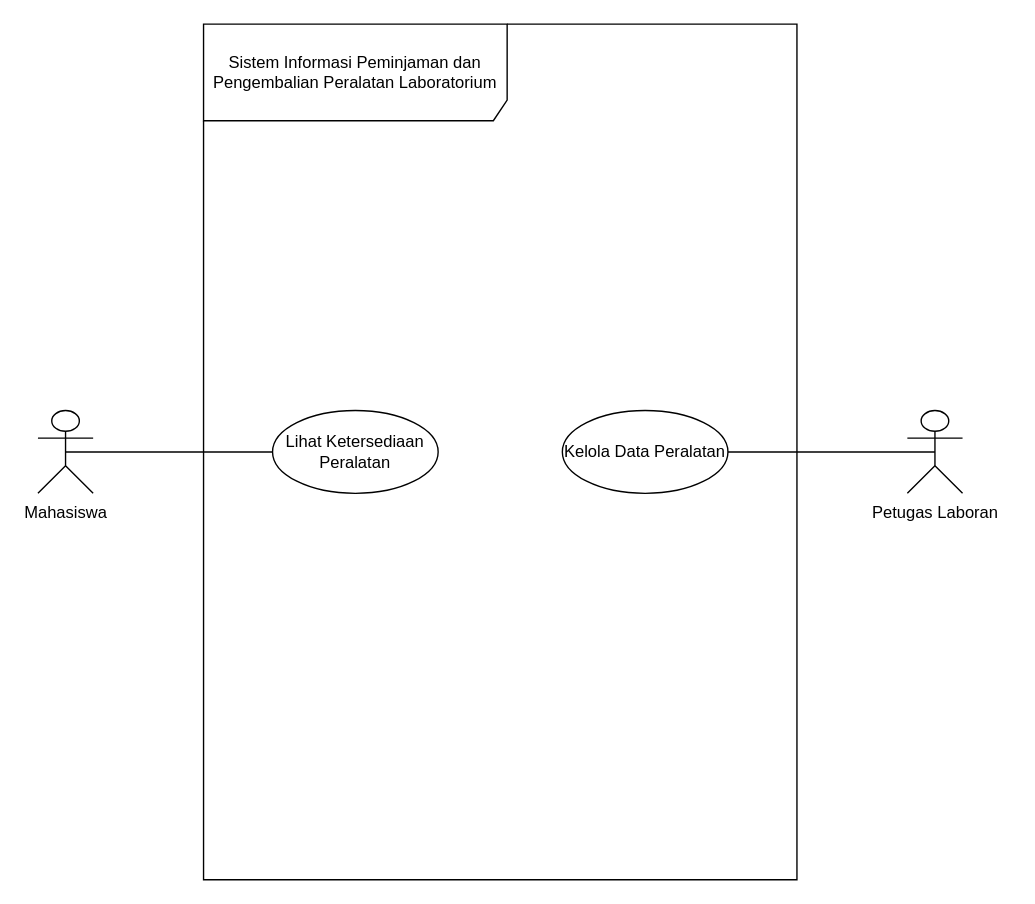
Above: 03_latihan_tools/P02/LAB/P02_2406020_LAB_notasi_usecase_v01.drawio in 2406020-droid/IFRWP5149_2406020_LabAlat (draw.io), before the change. Source tidied: cells renumbered, new cells numbered last; positions are measured from the earlier drawing's top-left corner, leaving out a move shared by most shapes. Both pictures are drawn from the tidied source at 138%, with x=0, y=0 at pixel (37, 23).
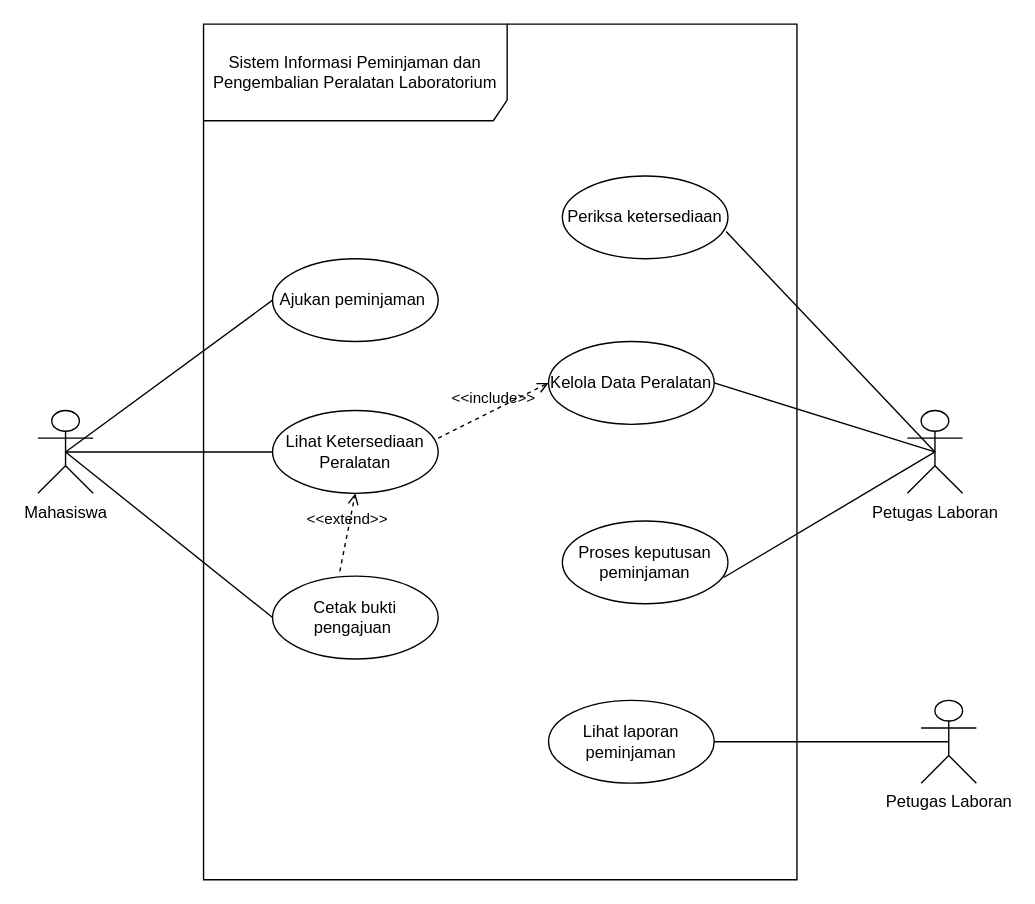
The same diagram, later.

Commit message (it also covers changes not shown here):
pertemuan 3 use case diagram

The change refers to these unchanged cells:
```xml
<mxCell id="2" value="Sistem Informasi Peminjaman dan Pengembalian Peralatan Laboratorium" style="shape=umlFrame;whiteSpace=wrap;html=1;width=220;height=70;" parent="1" vertex="1">
  <mxGeometry x="120" width="430" height="620" as="geometry" />
</mxCell>
<mxCell id="3" value="Lihat Ketersediaan Peralatan" style="ellipse;html=1;whiteSpace=wrap;" parent="2" vertex="1">
  <mxGeometry x="50" y="280" width="120" height="60" as="geometry" />
</mxCell>
<mxCell id="6" value="Mahasiswa" style="shape=umlActor;verticalLabelPosition=bottom;verticalAlign=top;html=1;" parent="1" vertex="1">
  <mxGeometry y="280" width="40" height="60" as="geometry" />
</mxCell>
<mxCell id="8" value="Petugas Laboran" style="shape=umlActor;verticalLabelPosition=bottom;verticalAlign=top;html=1;" parent="1" vertex="1">
  <mxGeometry x="630" y="280" width="40" height="60" as="geometry" />
</mxCell>
```

The edit, as a diff of the source:
```diff
@@
     <mxCell id="4" value="Kelola Data Peralatan" style="ellipse;html=1;whiteSpace=wrap;" parent="2" vertex="1">
-      <mxGeometry x="260" y="280" width="120" height="60" as="geometry" />
+      <mxGeometry x="250" y="230" width="120" height="60" as="geometry" />
     </mxCell>
+    <mxCell id="9" value="Ajukan peminjaman&amp;nbsp;" style="ellipse;html=1;whiteSpace=wrap;" parent="2" vertex="1">
+      <mxGeometry x="50" y="170" width="120" height="60" as="geometry" />
+    </mxCell>
+    <mxCell id="10" value="Periksa ketersediaan" style="ellipse;html=1;whiteSpace=wrap;" parent="2" vertex="1">
+      <mxGeometry x="260" y="110" width="120" height="60" as="geometry" />
+    </mxCell>
+    <mxCell id="11" value="Lihat laporan peminjaman" style="ellipse;html=1;whiteSpace=wrap;" parent="2" vertex="1">
+      <mxGeometry x="250" y="490" width="120" height="60" as="geometry" />
+    </mxCell>
+    <mxCell id="12" value="Proses keputusan peminjaman" style="ellipse;html=1;whiteSpace=wrap;" parent="2" vertex="1">
+      <mxGeometry x="260" y="360" width="120" height="60" as="geometry" />
+    </mxCell>
+    <mxCell id="13" value="Cetak bukti pengajuan&amp;nbsp;" style="ellipse;html=1;whiteSpace=wrap;" parent="2" vertex="1">
+      <mxGeometry x="50" y="400" width="120" height="60" as="geometry" />
+    </mxCell>
+    <mxCell id="14" value="&amp;lt;&amp;lt;include&amp;gt;&amp;gt;" style="html=1;verticalAlign=bottom;labelBackgroundColor=none;endArrow=open;endFill=0;dashed=1;rounded=0;exitX=1;exitY=0.333;exitDx=0;exitDy=0;exitPerimeter=0;entryX=0;entryY=0.5;entryDx=0;entryDy=0;" parent="2" edge="1" source="3" target="4">
+      <mxGeometry relative="1" as="geometry" />
+    </mxCell>
+    <mxCell id="15" value="&amp;lt;&amp;lt;extend&amp;gt;&amp;gt;" style="html=1;verticalAlign=bottom;labelBackgroundColor=none;endArrow=open;endFill=0;dashed=1;rounded=0;exitX=0.406;exitY=-0.057;exitDx=0;exitDy=0;exitPerimeter=0;entryX=0.5;entryY=1;entryDx=0;entryDy=0;" parent="2" edge="1" source="13" target="3">
+      <mxGeometry relative="1" as="geometry" />
+    </mxCell>
@@
+    <mxCell id="16" style="edgeStyle=none;rounded=0;jettySize=auto;html=1;exitX=0.5;exitY=0.5;exitDx=0;exitDy=0;exitPerimeter=0;entryX=0;entryY=0.5;entryDx=0;entryDy=0;endArrow=none;endFill=0;" parent="1" edge="1" source="6" target="13">
+      <mxGeometry relative="1" as="geometry" />
+    </mxCell>
@@
-    <mxCell id="7" style="edgeStyle=orthogonalEdgeStyle;rounded=0;jettySize=auto;html=1;exitX=0.5;exitY=0.5;exitDx=0;exitDy=0;exitPerimeter=0;entryX=1;entryY=0.5;entryDx=0;entryDy=0;startArrow=none;startFill=0;endArrow=none;endFill=0;" parent="1" edge="1" source="8" target="4">
+    <mxCell id="7" style="rounded=0;jettySize=auto;html=1;exitX=0.5;exitY=0.5;exitDx=0;exitDy=0;exitPerimeter=0;entryX=1;entryY=0.5;entryDx=0;entryDy=0;startArrow=none;startFill=0;endArrow=none;endFill=0;" parent="1" edge="1" source="8" target="4">
       <mxGeometry relative="1" as="geometry" />
     </mxCell>
@@
+    <mxCell id="17" style="edgeStyle=none;rounded=0;jettySize=auto;html=1;exitX=0.5;exitY=0.5;exitDx=0;exitDy=0;exitPerimeter=0;entryX=0.974;entryY=0.683;entryDx=0;entryDy=0;entryPerimeter=0;endArrow=none;endFill=0;" parent="1" edge="1" source="8" target="12">
+      <mxGeometry relative="1" as="geometry" />
+    </mxCell>
+    <mxCell id="18" style="edgeStyle=none;rounded=0;jettySize=auto;html=1;exitX=0;exitY=0.5;exitDx=0;exitDy=0;entryX=0.5;entryY=0.5;entryDx=0;entryDy=0;entryPerimeter=0;endArrow=none;endFill=0;" parent="1" edge="1" source="9" target="6">
+      <mxGeometry relative="1" as="geometry" />
+    </mxCell>
+    <mxCell id="19" style="edgeStyle=none;rounded=0;jettySize=auto;html=1;exitX=0.5;exitY=0.5;exitDx=0;exitDy=0;exitPerimeter=0;entryX=0.989;entryY=0.672;entryDx=0;entryDy=0;entryPerimeter=0;endArrow=none;endFill=0;" parent="1" edge="1" source="8" target="10">
+      <mxGeometry relative="1" as="geometry" />
+    </mxCell>
+    <mxCell id="20" value="Petugas Laboran" style="shape=umlActor;verticalLabelPosition=bottom;verticalAlign=top;html=1;" parent="1" vertex="1">
+      <mxGeometry x="640" y="490" width="40" height="60" as="geometry" />
+    </mxCell>
+    <mxCell id="21" style="edgeStyle=none;rounded=0;jettySize=auto;html=1;exitX=1;exitY=0.5;exitDx=0;exitDy=0;entryX=0.5;entryY=0.5;entryDx=0;entryDy=0;entryPerimeter=0;endArrow=none;endFill=0;" parent="1" edge="1" source="11" target="20">
+      <mxGeometry relative="1" as="geometry" />
+    </mxCell>
```
